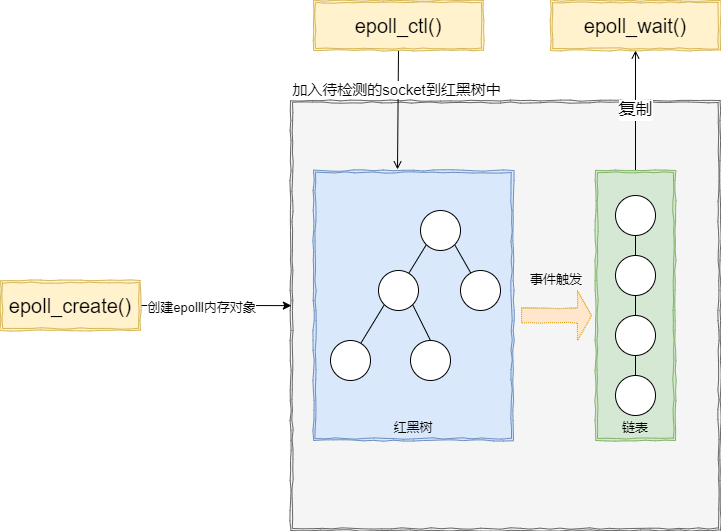
muxicode/c153080686 keeps this draw.io diagram as epoll机制.drawio.png. Above is the earlier version. Source tidied: cells renumbered, new cells last; positions are measured from the earlier drawing's top-left corner, leaving out a move shared by most shapes. Source of this version:
```xml
<mxGraphModel>
  <root>
    <mxCell id="0" />
    <mxCell id="1" parent="0" />
    <mxCell id="2" style="shape=ext;double=1;whiteSpace=wrap;html=1;fillColor=#f5f5f5;strokeColor=#666666;comic=1;fontColor=#333333;" parent="1" vertex="1">
      <mxGeometry x="290" y="100" width="430" height="430" as="geometry" />
    </mxCell>
    <mxCell id="3" style="edgeStyle=orthogonalEdgeStyle;rounded=0;jettySize=auto;html=1;exitX=1;exitY=0.5;exitDx=0;exitDy=0;entryX=0.002;entryY=0.477;entryDx=0;entryDy=0;entryPerimeter=0;" parent="1" edge="1" source="5" target="2">
      <mxGeometry relative="1" as="geometry" />
    </mxCell>
    <mxCell id="4" value="创建epolll内存对象" style="edgeLabel;html=1;align=center;verticalAlign=middle;fontSize=13;" parent="3" vertex="1">
      <mxGeometry x="-0.21" y="-1" relative="1" as="geometry" />
    </mxCell>
    <mxCell id="5" value="epoll_create()" style="shape=ext;double=1;rounded=0;whiteSpace=wrap;html=1;comic=1;fontSize=20;fillColor=#fff2cc;strokeColor=#d6b656;" parent="1" vertex="1">
      <mxGeometry y="280" width="140" height="50" as="geometry" />
    </mxCell>
    <mxCell id="6" style="edgeStyle=none;rounded=0;jettySize=auto;html=1;exitX=0.5;exitY=1;exitDx=0;exitDy=0;entryX=0.42;entryY=-0.004;entryDx=0;entryDy=0;entryPerimeter=0;fontSize=13;endArrow=open;endFill=0;" parent="1" edge="1" source="8" target="10">
      <mxGeometry relative="1" as="geometry" />
    </mxCell>
    <mxCell id="7" value="加入待检测的socket到红黑树中" style="edgeLabel;html=1;align=center;verticalAlign=middle;fontSize=15;" parent="6" vertex="1">
      <mxGeometry x="-0.34" y="-2" relative="1" as="geometry" />
    </mxCell>
    <mxCell id="8" value="epoll_ctl()" style="shape=ext;double=1;rounded=0;whiteSpace=wrap;html=1;comic=1;fontSize=20;fillColor=#fff2cc;strokeColor=#d6b656;" parent="1" vertex="1">
      <mxGeometry x="313" width="170" height="50" as="geometry" />
    </mxCell>
    <mxCell id="9" value="epoll_wait()" style="shape=ext;double=1;rounded=0;whiteSpace=wrap;html=1;comic=1;fontSize=20;fillColor=#fff2cc;strokeColor=#d6b656;" parent="1" vertex="1">
      <mxGeometry x="550" width="170" height="50" as="geometry" />
    </mxCell>
    <mxCell id="10" value="红黑树" style="shape=ext;double=1;rounded=0;whiteSpace=wrap;html=1;comic=1;fontSize=13;fillColor=#dae8fc;strokeColor=#6c8ebf;labelPosition=center;verticalLabelPosition=middle;align=center;verticalAlign=bottom;" parent="1" vertex="1">
      <mxGeometry x="313" y="170" width="200" height="270" as="geometry" />
    </mxCell>
    <mxCell id="11" value="复制" style="edgeStyle=none;rounded=0;jettySize=auto;html=1;exitX=0.5;exitY=0;exitDx=0;exitDy=0;fontFamily=Helvetica;fontSize=17;endArrow=open;endFill=0;verticalAlign=middle;horizontal=1;" parent="1" edge="1" source="12" target="9">
      <mxGeometry relative="1" as="geometry" />
    </mxCell>
    <mxCell id="12" value="链表" style="shape=ext;double=1;rounded=0;whiteSpace=wrap;html=1;comic=1;fontSize=13;fillColor=#d5e8d4;strokeColor=#82b366;verticalAlign=bottom;" parent="1" vertex="1">
      <mxGeometry x="595" y="170" width="80" height="270" as="geometry" />
    </mxCell>
    <mxCell id="13" style="rounded=0;jettySize=auto;html=1;exitX=0;exitY=1;exitDx=0;exitDy=0;fontSize=13;endArrow=none;endFill=0;" parent="1" edge="1" source="15" target="18">
      <mxGeometry relative="1" as="geometry" />
    </mxCell>
    <mxCell id="14" style="edgeStyle=none;rounded=0;jettySize=auto;html=1;exitX=1;exitY=1;exitDx=0;exitDy=0;fontSize=13;endArrow=none;endFill=0;" parent="1" edge="1" source="15" target="19">
      <mxGeometry relative="1" as="geometry" />
    </mxCell>
    <mxCell id="15" style="ellipse;whiteSpace=wrap;html=1;comic=1;fontSize=13;" parent="1" vertex="1">
      <mxGeometry x="420" y="210" width="40" height="40" as="geometry" />
    </mxCell>
    <mxCell id="16" style="edgeStyle=none;rounded=0;jettySize=auto;html=1;exitX=0;exitY=1;exitDx=0;exitDy=0;fontSize=13;endArrow=none;endFill=0;" parent="1" edge="1" source="18" target="21">
      <mxGeometry relative="1" as="geometry" />
    </mxCell>
    <mxCell id="17" style="edgeStyle=none;rounded=0;jettySize=auto;html=1;exitX=1;exitY=1;exitDx=0;exitDy=0;entryX=0.5;entryY=0;entryDx=0;entryDy=0;fontSize=13;endArrow=none;endFill=0;" parent="1" edge="1" source="18" target="20">
      <mxGeometry relative="1" as="geometry" />
    </mxCell>
    <mxCell id="18" style="ellipse;whiteSpace=wrap;html=1;comic=1;fontSize=13;" parent="1" vertex="1">
      <mxGeometry x="378" y="270" width="40" height="40" as="geometry" />
    </mxCell>
    <mxCell id="19" style="ellipse;whiteSpace=wrap;html=1;comic=1;fontSize=13;" parent="1" vertex="1">
      <mxGeometry x="460" y="270" width="40" height="40" as="geometry" />
    </mxCell>
    <mxCell id="20" style="ellipse;whiteSpace=wrap;html=1;comic=1;fontSize=13;" parent="1" vertex="1">
      <mxGeometry x="410" y="340" width="40" height="40" as="geometry" />
    </mxCell>
    <mxCell id="21" style="ellipse;whiteSpace=wrap;html=1;comic=1;fontSize=13;" parent="1" vertex="1">
      <mxGeometry x="330" y="340" width="40" height="40" as="geometry" />
    </mxCell>
    <mxCell id="22" style="edgeStyle=none;rounded=0;jettySize=auto;html=1;exitX=0.5;exitY=1;exitDx=0;exitDy=0;fontSize=13;endArrow=none;endFill=0;" parent="1" edge="1" source="23" target="25">
      <mxGeometry relative="1" as="geometry" />
    </mxCell>
    <mxCell id="23" style="ellipse;whiteSpace=wrap;html=1;comic=1;fontSize=13;" parent="1" vertex="1">
      <mxGeometry x="615" y="195" width="40" height="40" as="geometry" />
    </mxCell>
    <mxCell id="24" style="edgeStyle=none;rounded=0;jettySize=auto;html=1;exitX=0.5;exitY=1;exitDx=0;exitDy=0;entryX=0.5;entryY=0;entryDx=0;entryDy=0;fontSize=13;endArrow=none;endFill=0;" parent="1" edge="1" source="25" target="27">
      <mxGeometry relative="1" as="geometry" />
    </mxCell>
    <mxCell id="25" style="ellipse;whiteSpace=wrap;html=1;comic=1;fontSize=13;" parent="1" vertex="1">
      <mxGeometry x="615" y="255" width="40" height="40" as="geometry" />
    </mxCell>
    <mxCell id="26" style="edgeStyle=none;rounded=0;jettySize=auto;html=1;exitX=0.5;exitY=1;exitDx=0;exitDy=0;entryX=0.5;entryY=0;entryDx=0;entryDy=0;fontSize=13;endArrow=none;endFill=0;" parent="1" edge="1" source="27" target="28">
      <mxGeometry relative="1" as="geometry" />
    </mxCell>
    <mxCell id="27" style="ellipse;whiteSpace=wrap;html=1;comic=1;fontSize=13;" parent="1" vertex="1">
      <mxGeometry x="615" y="315" width="40" height="40" as="geometry" />
    </mxCell>
    <mxCell id="28" style="ellipse;whiteSpace=wrap;html=1;comic=1;fontSize=13;" parent="1" vertex="1">
      <mxGeometry x="615" y="375" width="40" height="40" as="geometry" />
    </mxCell>
    <mxCell id="29" value="事件触发" style="shape=singleArrow;whiteSpace=wrap;html=1;dashed=1;dashPattern=1 1;comic=1;fontSize=13;horizontal=1;verticalAlign=bottom;labelPosition=center;verticalLabelPosition=top;align=center;fillColor=#ffe6cc;strokeColor=#d79b00;" parent="1" vertex="1">
      <mxGeometry x="521" y="290" width="70" height="50" as="geometry" />
    </mxCell>
  </root>
</mxGraphModel>
```
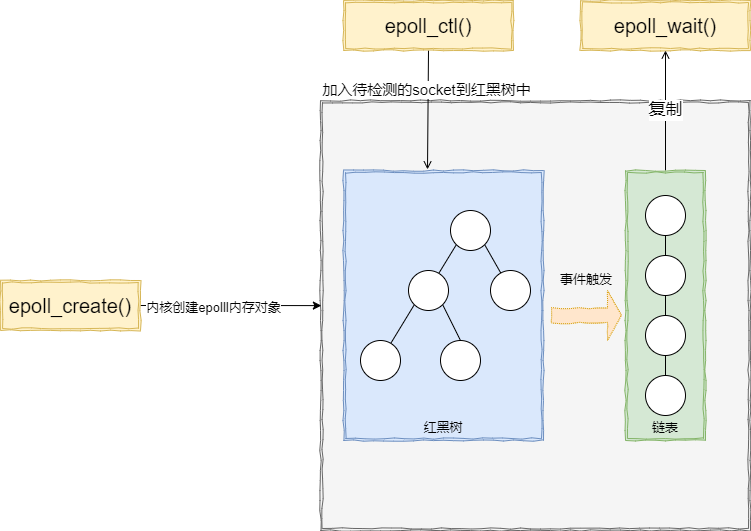
After the commit.

Diff of the diagram source:
```diff
@@ -8,11 +8,11 @@
     <mxCell id="3" style="edgeStyle=orthogonalEdgeStyle;rounded=0;jettySize=auto;html=1;exitX=1;exitY=0.5;exitDx=0;exitDy=0;entryX=0.002;entryY=0.477;entryDx=0;entryDy=0;entryPerimeter=0;" parent="1" edge="1" source="5" target="2">
       <mxGeometry relative="1" as="geometry" />
     </mxCell>
-    <mxCell id="4" value="创建epolll内存对象" style="edgeLabel;html=1;align=center;verticalAlign=middle;fontSize=13;" parent="3" vertex="1">
+    <mxCell id="4" value="内核创建epolll内存对象" style="edgeLabel;html=1;align=center;verticalAlign=middle;fontSize=13;" parent="3" vertex="1">
       <mxGeometry x="-0.21" y="-1" relative="1" as="geometry" />
     </mxCell>
     <mxCell id="5" value="epoll_create()" style="shape=ext;double=1;rounded=0;whiteSpace=wrap;html=1;comic=1;fontSize=20;fillColor=#fff2cc;strokeColor=#d6b656;" parent="1" vertex="1">
-      <mxGeometry y="280" width="140" height="50" as="geometry" />
+      <mxGeometry x="-30" y="280" width="140" height="50" as="geometry" />
     </mxCell>
     <mxCell id="6" style="edgeStyle=none;rounded=0;jettySize=auto;html=1;exitX=0.5;exitY=1;exitDx=0;exitDy=0;entryX=0.42;entryY=-0.004;entryDx=0;entryDy=0;entryPerimeter=0;fontSize=13;endArrow=open;endFill=0;" parent="1" edge="1" source="8" target="10">
       <mxGeometry relative="1" as="geometry" />
```
